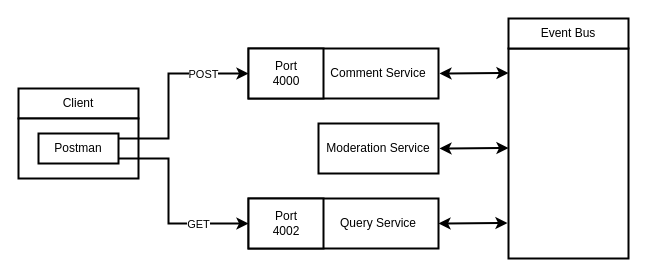
Before: Design.drawio in louissaadgo/comments-microservices, a draw.io diagram. Source tidied: cells renumbered, new cells numbered last; positions are measured from the earlier drawing's top-left corner, leaving out a move shared by most shapes. Both pictures are drawn from the tidied source at 100%, with x=0, y=0 at pixel (18, 18).
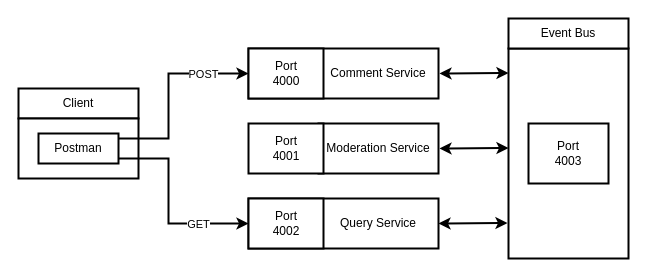
Above is the later version.

Change to the diagram source:
```diff
@@
+    <mxCell id="27" style="rounded=0;whiteSpace=wrap;html=1;strokeWidth=2;" parent="1" vertex="1">
+      <mxGeometry x="510" y="105" width="80" height="60" as="geometry" />
+    </mxCell>
+    <mxCell id="28" value="Port 4003" style="text;html=1;strokeColor=none;fillColor=none;align=center;verticalAlign=middle;whiteSpace=wrap;rounded=0;" parent="1" vertex="1">
+      <mxGeometry x="530" y="125" width="40" height="20" as="geometry" />
+    </mxCell>
+    <mxCell id="29" style="rounded=0;whiteSpace=wrap;html=1;strokeWidth=2;" parent="1" vertex="1">
+      <mxGeometry x="230" y="105" width="75" height="50" as="geometry" />
+    </mxCell>
+    <mxCell id="30" value="Port 4001" style="text;html=1;strokeColor=none;fillColor=none;align=center;verticalAlign=middle;whiteSpace=wrap;rounded=0;" parent="1" vertex="1">
+      <mxGeometry x="248" y="120" width="40" height="20" as="geometry" />
+    </mxCell>
```
